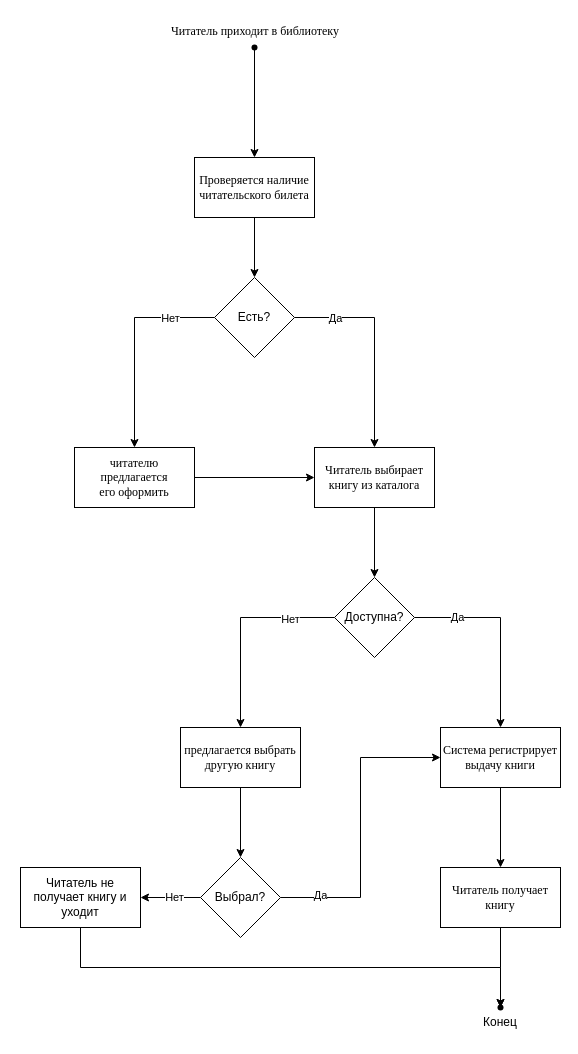
Before: Prac12/First.drawio in Tehslx/UML-diagrams, a draw.io diagram. Source tidied: cells renumbered, new cells numbered last; positions are measured from the earlier drawing's top-left corner, leaving out a move shared by most shapes. Both pictures are drawn from the tidied source at 100%, with x=0, y=0 at pixel (20, 17).
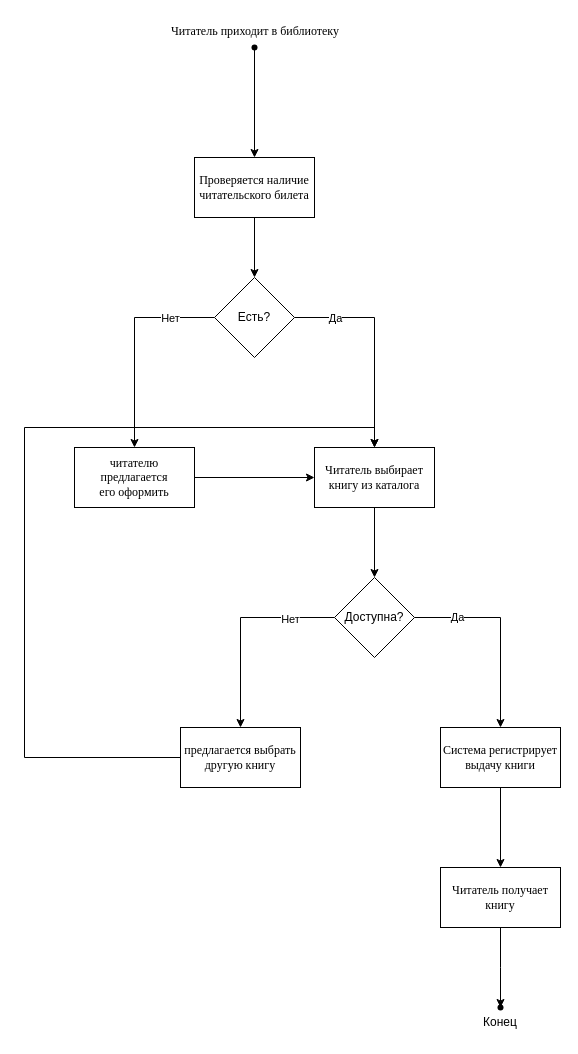
The same diagram, later.

The change refers to these unchanged cells:
```xml
<mxCell id="10" value="&lt;span lang=&quot;RU&quot; style=&quot;line-height: 107%; font-family: &amp;quot;Times New Roman&amp;quot;, serif;&quot;&gt;&lt;font&gt;Читатель выбирает&lt;br/&gt;книгу из каталога&lt;/font&gt;&lt;/span&gt;" style="whiteSpace=wrap;html=1;rounded=0;" parent="1" vertex="1">
  <mxGeometry x="294" y="430" width="120" height="60" as="geometry" />
</mxCell>
<mxCell id="19" value="&lt;span lang=&quot;RU&quot; style=&quot;line-height: 107%; font-family: &amp;quot;Times New Roman&amp;quot;, serif;&quot;&gt;&lt;font&gt;предлагается выбрать&lt;br/&gt;другую книгу&lt;/font&gt;&lt;/span&gt;" style="whiteSpace=wrap;html=1;rounded=0;" parent="1" vertex="1">
  <mxGeometry x="160" y="710" width="120" height="60" as="geometry" />
</mxCell>
<mxCell id="21" value="&lt;span lang=&quot;EN-US&quot; style=&quot;line-height: 107%; font-family: &amp;quot;Times New Roman&amp;quot;, serif;&quot;&gt;&lt;font&gt;Система регистрирует&lt;br/&gt;выдачу книги&lt;/font&gt;&lt;/span&gt;" style="whiteSpace=wrap;html=1;rounded=0;" parent="1" vertex="1">
  <mxGeometry x="420" y="710" width="120" height="60" as="geometry" />
</mxCell>
<mxCell id="28" value="Конец" style="text;html=1;whiteSpace=wrap;strokeColor=none;fillColor=none;align=center;verticalAlign=middle;rounded=0;" parent="1" vertex="1">
  <mxGeometry x="450" y="990" width="60" height="30" as="geometry" />
</mxCell>
```

The edit, as a diff of the source:
```diff
@@
-    <mxCell id="18" style="edgeStyle=orthogonalEdgeStyle;rounded=0;jettySize=auto;html=1;" parent="1" edge="1" source="19" target="33">
-      <mxGeometry relative="1" as="geometry" />
-    </mxCell>
+    <mxCell id="36" style="edgeStyle=orthogonalEdgeStyle;rounded=0;jettySize=auto;html=1;entryX=0.5;entryY=0;entryDx=0;entryDy=0;" parent="1" edge="1" source="19" target="10">
+      <mxGeometry relative="1" as="geometry">
+        <Array as="points">
+          <mxPoint x="4" y="740" />
+          <mxPoint x="4" y="410" />
+          <mxPoint x="354" y="410" />
+        </Array>
+      </mxGeometry>
+    </mxCell>
@@
-    <mxCell id="29" style="edgeStyle=orthogonalEdgeStyle;rounded=0;jettySize=auto;html=1;exitX=1;exitY=0.5;exitDx=0;exitDy=0;entryX=0;entryY=0.5;entryDx=0;entryDy=0;" parent="1" edge="1" source="33" target="21">
-      <mxGeometry relative="1" as="geometry" />
-    </mxCell>
-    <mxCell id="30" value="Да" style="edgeLabel;html=1;align=center;verticalAlign=middle;" parent="29" vertex="1">
-      <mxGeometry x="-0.74" y="3" relative="1" as="geometry" />
-    </mxCell>
-    <mxCell id="31" style="edgeStyle=orthogonalEdgeStyle;rounded=0;jettySize=auto;html=1;" parent="1" edge="1" source="33" target="35">
-      <mxGeometry relative="1" as="geometry" />
-    </mxCell>
-    <mxCell id="32" value="Нет" style="edgeLabel;html=1;align=center;verticalAlign=middle;" parent="31" vertex="1">
-      <mxGeometry x="-0.11" y="-1" relative="1" as="geometry" />
-    </mxCell>
-    <mxCell id="33" value="Выбрал?" style="rhombus;whiteSpace=wrap;html=1;rounded=0;" parent="1" vertex="1">
-      <mxGeometry x="180" y="840" width="80" height="80" as="geometry" />
-    </mxCell>
-    <mxCell id="34" style="edgeStyle=orthogonalEdgeStyle;rounded=0;jettySize=auto;html=1;exitX=0.5;exitY=1;exitDx=0;exitDy=0;" parent="1" edge="1" source="35" target="28">
-      <mxGeometry relative="1" as="geometry" />
-    </mxCell>
-    <mxCell id="35" value="Читатель не получает книгу и уходит" style="whiteSpace=wrap;html=1;rounded=0;" parent="1" vertex="1">
-      <mxGeometry y="850" width="120" height="60" as="geometry" />
-    </mxCell>
```
